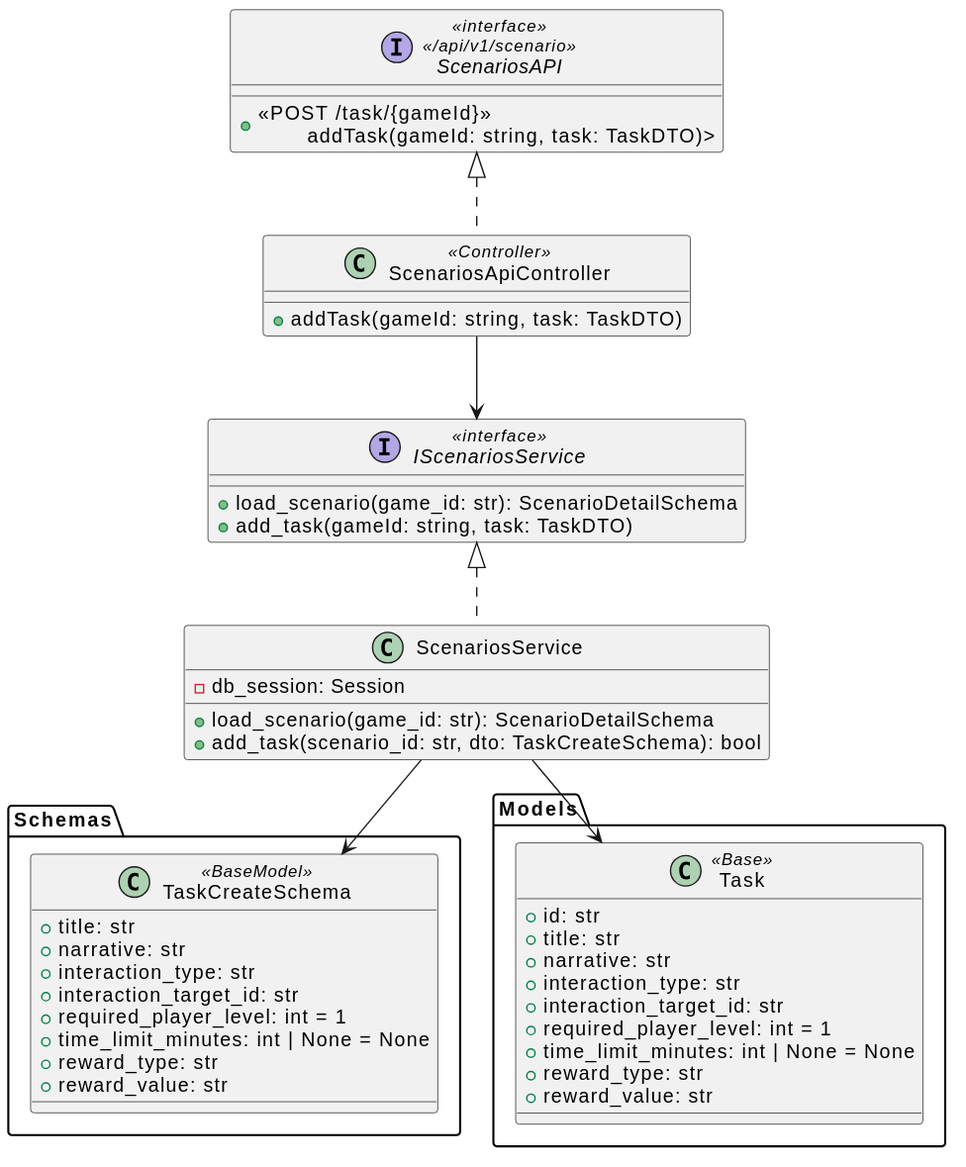
The PlantUML diagram diagrams/backend/rendered/add_task.svg in Igor-Ochocki/POP-2026Z, before a commit. Its diagram source:
```plantuml
@startuml
interface ScenariosAPI <<interface>>\n<< /api/v1/scenario >> {
    + <<POST /task/{gameId} >>\n\taddTask(gameId: string, task: TaskDTO)>
}

class ScenariosApiController <<Controller>> implements ScenariosAPI {
    + addTask(gameId: string, task: TaskDTO)
}

interface IScenariosService <<interface>> {
     + load_scenario(game_id: str): ScenarioDetailSchema
     + add_task(gameId: string, task: TaskDTO)
}

class ScenariosService implements IScenariosService{
     - db_session: Session
     + load_scenario(game_id: str): ScenarioDetailSchema
     + add_task(scenario_id: str, dto: TaskCreateSchema): bool
}


package "Schemas" {
    class TaskCreateSchema <<BaseModel>> {
        + title: str
        + narrative: str
        + interaction_type: str
        + interaction_target_id: str
        + required_player_level: int = 1
        + time_limit_minutes: int | None = None
        + reward_type: str
        + reward_value: str
    }
}

package "Models" {

class Task <<Base>> {
        + id: str
        + title: str
        + narrative: str
        + interaction_type: str
        + interaction_target_id: str
        + required_player_level: int = 1
        + time_limit_minutes: int | None = None
        + reward_type: str
        + reward_value: str
}

}

ScenariosService -->TaskCreateSchema
ScenariosApiController --> IScenariosService
ScenariosService --> Task
@enduml
```
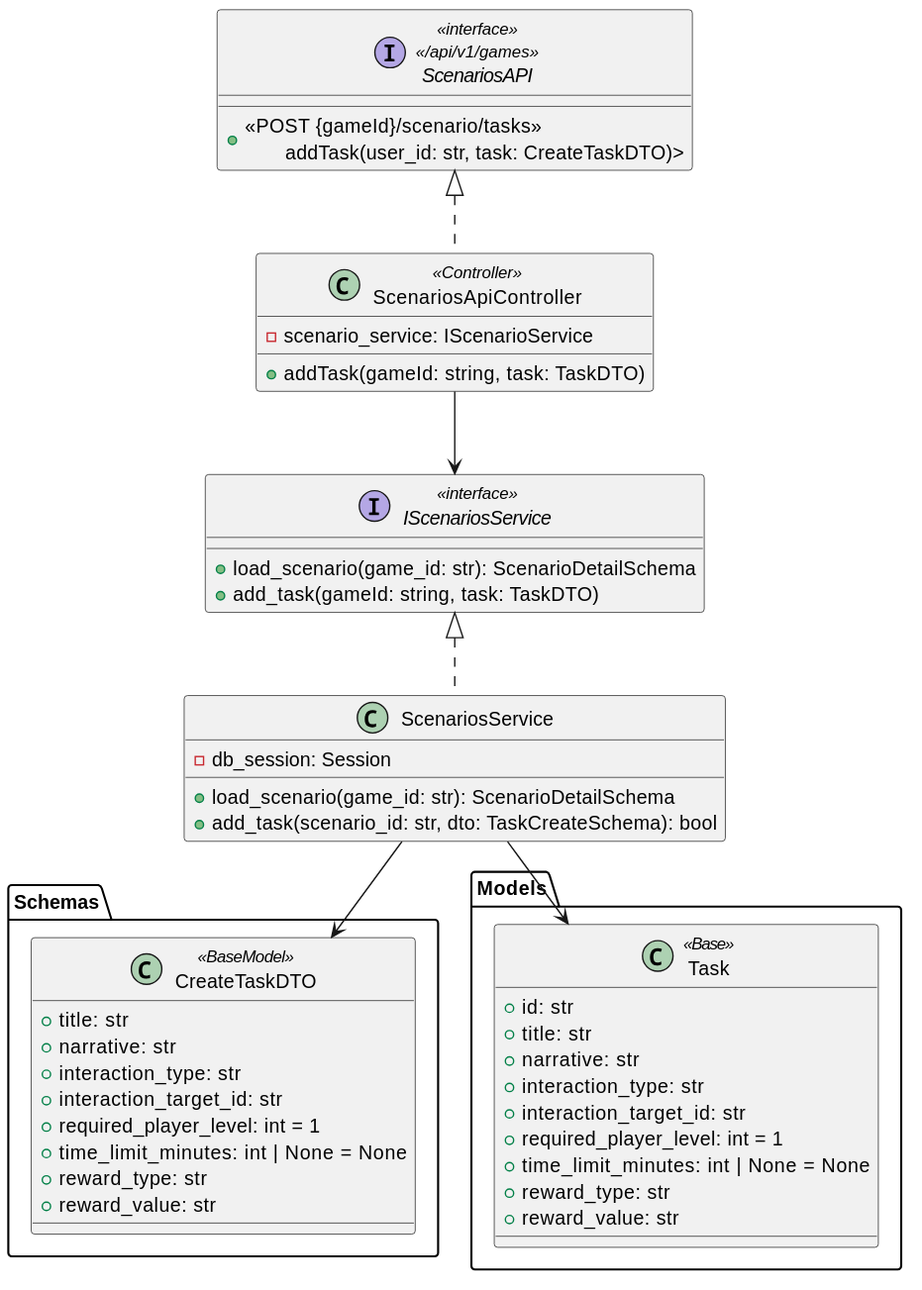
Later version of the same file.

Commit message:
Update add_task diagrams

The edit, as a diff of the source:
```diff
@@ -1,9 +1,10 @@
 @startuml
-interface ScenariosAPI <<interface>>\n<< /api/v1/scenario >> {
-    + <<POST /task/{gameId} >>\n\taddTask(gameId: string, task: TaskDTO)>
+interface ScenariosAPI <<interface>>\n<< /api/v1/games >> {
+    + <<POST {gameId}/scenario/tasks >>\n\taddTask(user_id: str, task: CreateTaskDTO)>
 }
 
 class ScenariosApiController <<Controller>> implements ScenariosAPI {
+    - scenario_service: IScenarioService
     + addTask(gameId: string, task: TaskDTO)
 }
 
@@ -20,7 +21,7 @@
 
 
 package "Schemas" {
-    class TaskCreateSchema <<BaseModel>> {
+    class CreateTaskDTO <<BaseModel>> {
         + title: str
         + narrative: str
         + interaction_type: str
@@ -48,7 +49,7 @@
 
 }
 
-ScenariosService -->TaskCreateSchema
+ScenariosService --> CreateTaskDTO
 ScenariosApiController --> IScenariosService
 ScenariosService --> Task
 @enduml
```
